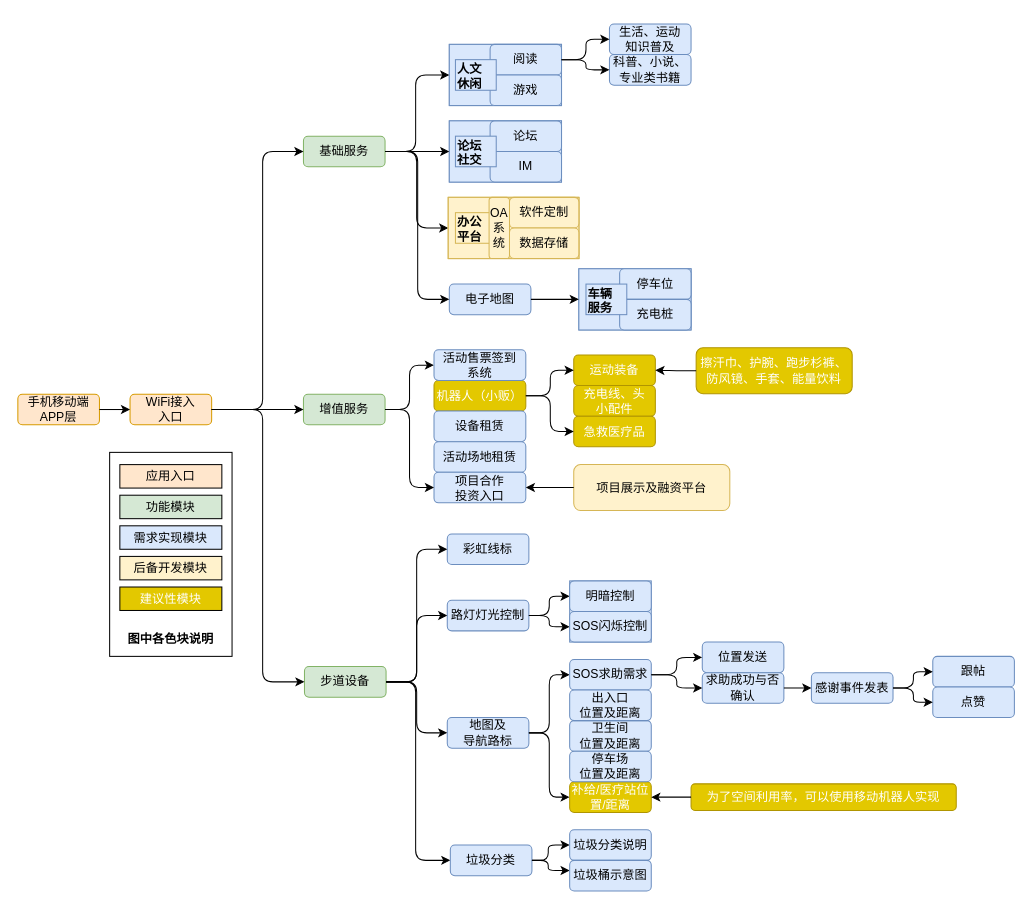
Before: 智慧城市.drawio in UTOUUCENTER-CD/draw.io, a draw.io diagram. Source tidied: cells renumbered, new cells numbered last; positions are measured from the earlier drawing's top-left corner, leaving out a move shared by most shapes. Both pictures are drawn from the tidied source at 102%, with x=0, y=0 at pixel (17, 23).
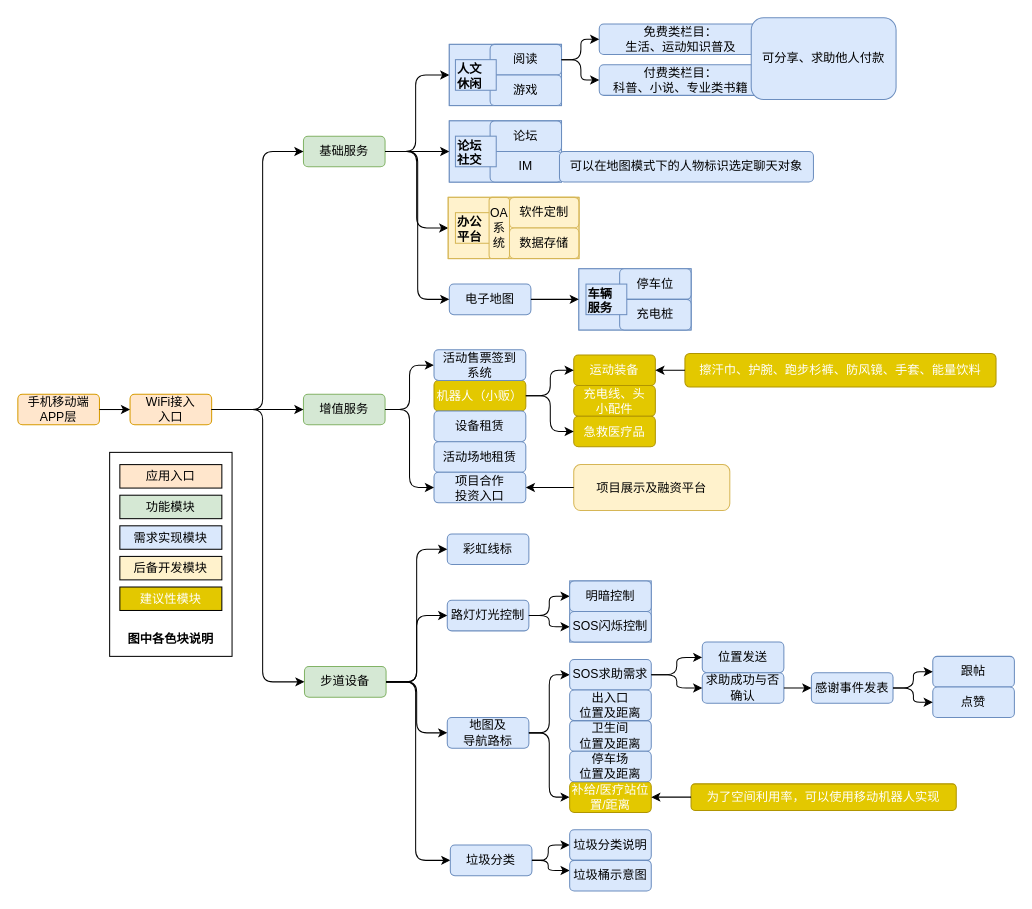
The same page after the edit.

What changed in the source:
```diff
@@
-    <mxCell id="41" value="生活、运动&lt;br&gt;知识普及" style="rounded=1;whiteSpace=wrap;html=1;fillColor=#dae8fc;strokeColor=#6c8ebf;" parent="1" vertex="1">
-      <mxGeometry x="580" width="80" height="30" as="geometry" />
+    <mxCell id="41" value="免费类栏目：&lt;br&gt;生活、运动知识普及" style="rounded=1;whiteSpace=wrap;html=1;fillColor=#dae8fc;strokeColor=#6c8ebf;" parent="1" vertex="1">
+      <mxGeometry x="570" width="160" height="30" as="geometry" />
     </mxCell>
@@
-    <mxCell id="59" value="科普、小说、专业类书籍" style="rounded=1;whiteSpace=wrap;html=1;fillColor=#dae8fc;strokeColor=#6c8ebf;" parent="1" vertex="1">
-      <mxGeometry x="580" y="30" width="80" height="30" as="geometry" />
+    <mxCell id="59" value="付费类栏目：&lt;br&gt;科普、小说、专业类书籍" style="rounded=1;whiteSpace=wrap;html=1;fillColor=#dae8fc;strokeColor=#6c8ebf;" parent="1" vertex="1">
+      <mxGeometry x="570" y="40" width="160" height="30" as="geometry" />
     </mxCell>
@@
     <mxCell id="64" value="擦汗巾、护腕、跑步杉裤、防风镜、手套、能量饮料" style="rounded=1;whiteSpace=wrap;html=1;fillColor=#e3c800;strokeColor=#B09500;fontColor=#ffffff;" parent="1" vertex="1">
-      <mxGeometry x="665" y="317.5" width="153" height="45" as="geometry" />
+      <mxGeometry x="654" y="323" width="305" height="33" as="geometry" />
     </mxCell>
@@
+    <mxCell id="102" value="可分享、求助他人付款" style="rounded=1;whiteSpace=wrap;html=1;fillColor=#dae8fc;strokeColor=#6c8ebf;" parent="1" vertex="1">
+      <mxGeometry x="719" y="-6" width="142" height="80" as="geometry" />
+    </mxCell>
+    <mxCell id="103" value="可以在地图模式下的人物标识选定聊天对象" style="rounded=1;whiteSpace=wrap;html=1;fillColor=#dae8fc;strokeColor=#6c8ebf;" parent="1" vertex="1">
+      <mxGeometry x="531" y="125" width="249" height="30" as="geometry" />
+    </mxCell>
```
